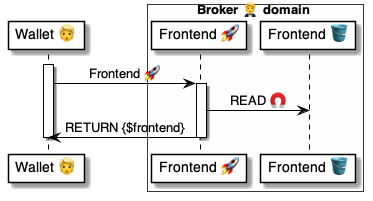
Earlier version of the PlantUML export 4 ⚙️ Solution/20 🧑‍🦰 UI/Brokers 🤵/🤵📨 Broker msgs/Wallets 🧑‍🦰 Frontend 🧑‍🦰🚀🤵/🤵 Frontend ⚙️ uml.png (pollyweb-org/pollyweb-docs). Its source is kept beside it as 4 ⚙️ Solution/20 🧑‍🦰 UI/Brokers 🤵/🤵📨 Broker msgs/Wallets 🧑‍🦰 Frontend 🧑‍🦰🚀🤵/🤵 Frontend ⚙️ uml.puml.
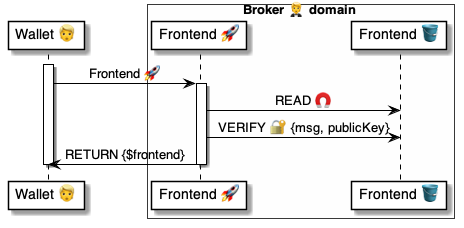
The same file after the commit.

Diff of the diagram source:
```diff
@@ -13,6 +13,7 @@
 
     activate broker
         broker -> frontend: READ 🧲
+        broker -> frontend: VERIFY 🔐 {msg, publicKey}
         broker -> wallet: RETURN {$frontend}
     deactivate broker
 
```
